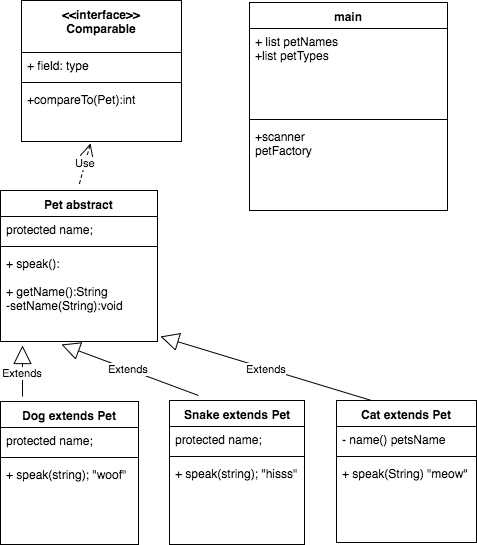
The draw.io diagram PolymorphismLab.png in ZipCodeCore/TalkingPets, before a commit. Source tidied: cells renumbered, new cells last; positions are measured from the earlier drawing's top-left corner, leaving out a move shared by most shapes.
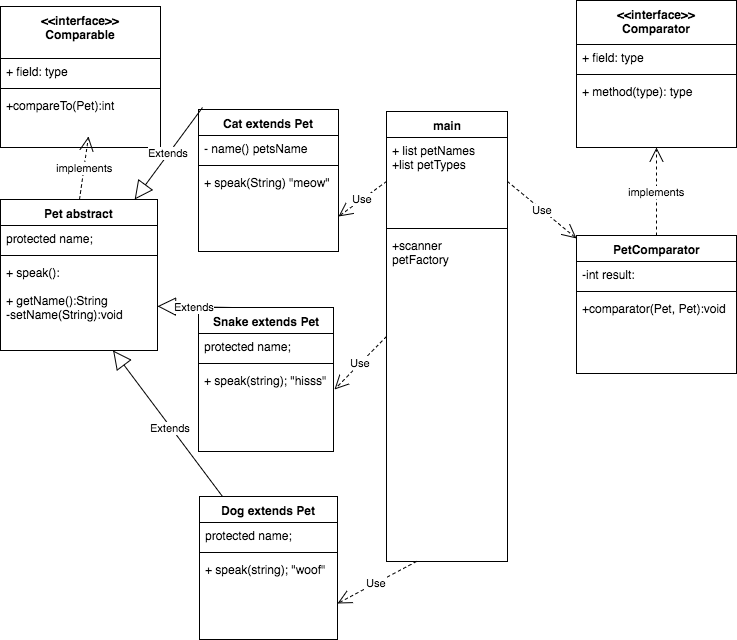
After the commit.

Commit message:
updated UML forComparator

The edit, as a diff of the source:
```diff
@@ -3,7 +3,7 @@
     <mxCell id="0" />
     <mxCell id="1" parent="0" />
     <mxCell id="2" value="Pet abstract" style="swimlane;html=1;fontStyle=1;align=center;verticalAlign=top;horizontal=1;startSize=26;swimlaneFillColor=#ffffff;" parent="1" vertex="1">
-      <mxGeometry y="190" width="157" height="151" as="geometry" />
+      <mxGeometry x="-11" y="52" width="157" height="151" as="geometry" />
     </mxCell>
     <mxCell id="3" value="protected name;" style="text;html=1;strokeColor=none;fillColor=none;align=left;verticalAlign=top;spacingLeft=4;spacingRight=4;whiteSpace=wrap;overflow=hidden;" parent="2" vertex="1">
       <mxGeometry y="26" width="157" height="26" as="geometry" />
@@ -15,7 +15,7 @@
       <mxGeometry y="60" width="157" height="91" as="geometry" />
     </mxCell>
     <mxCell id="6" value="Cat extends Pet" style="swimlane;html=1;fontStyle=1;align=center;verticalAlign=top;horizontal=1;startSize=26;swimlaneFillColor=#ffffff;" parent="1" vertex="1">
-      <mxGeometry x="336" y="400" width="140" height="142" as="geometry" />
+      <mxGeometry x="187" y="-38" width="140" height="142" as="geometry" />
     </mxCell>
     <mxCell id="7" value="- name() petsName" style="text;html=1;strokeColor=none;fillColor=none;align=left;verticalAlign=top;spacingLeft=4;spacingRight=4;whiteSpace=wrap;overflow=hidden;" parent="6" vertex="1">
       <mxGeometry y="26" width="140" height="26" as="geometry" />
@@ -27,7 +27,7 @@
       <mxGeometry y="60" width="140" height="26" as="geometry" />
     </mxCell>
     <mxCell id="10" value="Dog extends Pet" style="swimlane;html=1;fontStyle=1;align=center;verticalAlign=top;horizontal=1;startSize=26;swimlaneFillColor=#ffffff;" parent="1" vertex="1">
-      <mxGeometry y="401" width="138" height="143" as="geometry" />
+      <mxGeometry x="188" y="349" width="138" height="143" as="geometry" />
     </mxCell>
     <mxCell id="11" value="protected name;" style="text;html=1;strokeColor=none;fillColor=none;align=left;verticalAlign=top;spacingLeft=4;spacingRight=4;whiteSpace=wrap;overflow=hidden;" parent="10" vertex="1">
       <mxGeometry y="26" width="138" height="26" as="geometry" />
@@ -39,7 +39,7 @@
       <mxGeometry y="60" width="138" height="26" as="geometry" />
     </mxCell>
     <mxCell id="14" value="Snake extends Pet" style="swimlane;html=1;fontStyle=1;align=center;verticalAlign=top;horizontal=1;startSize=26;swimlaneFillColor=#ffffff;" parent="1" vertex="1">
-      <mxGeometry x="169" y="400" width="135" height="144" as="geometry" />
+      <mxGeometry x="187" y="160" width="135" height="144" as="geometry" />
     </mxCell>
     <mxCell id="15" value="protected name;" style="text;html=1;strokeColor=none;fillColor=none;align=left;verticalAlign=top;spacingLeft=4;spacingRight=4;whiteSpace=wrap;overflow=hidden;" parent="14" vertex="1">
       <mxGeometry y="26" width="135" height="26" as="geometry" />
@@ -50,25 +50,20 @@
     <mxCell id="17" value="+ speak(string); &quot;hisss&quot;" style="text;html=1;strokeColor=none;fillColor=none;align=left;verticalAlign=top;spacingLeft=4;spacingRight=4;whiteSpace=wrap;overflow=hidden;points=[[0,0.5],[1,0.5]];portConstraint=eastwest;" parent="14" vertex="1">
       <mxGeometry y="60" width="135" height="26" as="geometry" />
     </mxCell>
-    <mxCell id="18" value="Extends" style="endArrow=block;endSize=16;endFill=0;html=1;entryX=0.389;entryY=1.033;entryPerimeter=0;" parent="14" edge="1" target="5">
-      <mxGeometry x="0.02" relative="1" as="geometry">
-        <mxPoint x="29" y="-5" as="sourcePoint" />
-      </mxGeometry>
-    </mxCell>
     <mxCell id="19" value="main" style="swimlane;html=1;fontStyle=1;align=center;verticalAlign=top;horizontal=1;startSize=26;swimlaneFillColor=#ffffff;" parent="1" vertex="1">
-      <mxGeometry x="249" y="2" width="198" height="208" as="geometry" />
+      <mxGeometry x="375" y="-36" width="121" height="450" as="geometry" />
     </mxCell>
     <mxCell id="20" value="+ list petNames&lt;div&gt;&lt;span&gt;+list petTypes&lt;/span&gt;&lt;br&gt;&lt;/div&gt;" style="text;html=1;strokeColor=none;fillColor=none;align=left;verticalAlign=top;spacingLeft=4;spacingRight=4;whiteSpace=wrap;overflow=hidden;points=[[0,0.5],[1,0.5]];portConstraint=eastwest;" parent="19" vertex="1">
-      <mxGeometry y="26" width="198" height="87" as="geometry" />
+      <mxGeometry y="26" width="121" height="87" as="geometry" />
     </mxCell>
     <mxCell id="21" style="line;html=1;strokeWidth=1;fillColor=none;align=left;verticalAlign=middle;spacingTop=-1;spacingLeft=3;spacingRight=3;labelPosition=right;" parent="19" vertex="1">
-      <mxGeometry y="113" width="198" height="8" as="geometry" />
+      <mxGeometry y="113" width="121" height="8" as="geometry" />
     </mxCell>
     <mxCell id="22" value="+scanner&lt;div&gt;petFactory&lt;/div&gt;&lt;div&gt;&lt;div&gt;&lt;br&gt;&lt;/div&gt;&lt;/div&gt;" style="text;html=1;strokeColor=none;fillColor=none;align=left;verticalAlign=top;spacingLeft=4;spacingRight=4;whiteSpace=wrap;overflow=hidden;" parent="19" vertex="1">
-      <mxGeometry y="121" width="198" height="80" as="geometry" />
+      <mxGeometry y="121" width="121" height="80" as="geometry" />
     </mxCell>
     <mxCell id="23" value="&lt;div&gt;&amp;lt;&amp;lt;interface&amp;gt;&amp;gt;&lt;/div&gt;Comparable" style="swimlane;html=1;fontStyle=1;align=center;verticalAlign=top;horizontal=1;startSize=52;swimlaneFillColor=#ffffff;" parent="1" vertex="1">
-      <mxGeometry x="21" width="160" height="141" as="geometry" />
+      <mxGeometry x="-11" y="-141" width="160" height="141" as="geometry" />
     </mxCell>
     <mxCell id="24" value="+ field: type" style="text;html=1;strokeColor=none;fillColor=none;align=left;verticalAlign=top;spacingLeft=4;spacingRight=4;whiteSpace=wrap;overflow=hidden;" parent="23" vertex="1">
       <mxGeometry y="52" width="160" height="26" as="geometry" />
@@ -79,19 +74,58 @@
     <mxCell id="26" value="+compareTo(Pet):int" style="text;html=1;strokeColor=none;fillColor=none;align=left;verticalAlign=top;spacingLeft=4;spacingRight=4;whiteSpace=wrap;overflow=hidden;" parent="23" vertex="1">
       <mxGeometry y="86" width="160" height="26" as="geometry" />
     </mxCell>
-    <mxCell id="27" value="Use" style="endArrow=open;endSize=12;dashed=1;html=1;" parent="1" edge="1">
+    <mxCell id="27" value="implements" style="endArrow=open;endSize=12;dashed=1;html=1;exitX=0.5;exitY=0;" parent="1" edge="1" source="2">
       <mxGeometry relative="1" as="geometry">
-        <mxPoint x="79" y="183" as="sourcePoint" />
-        <mxPoint x="90" y="143" as="targetPoint" />
+        <mxPoint x="77" y="-11" as="targetPoint" />
       </mxGeometry>
     </mxCell>
-    <mxCell id="28" value="Extends" style="endArrow=block;endSize=16;endFill=0;html=1;entryX=1.019;entryY=0.945;entryPerimeter=0;exitX=0.25;exitY=0;" parent="1" edge="1" source="6" target="5">
+    <mxCell id="28" value="Extends" style="endArrow=block;endSize=16;endFill=0;html=1;exitX=0.029;exitY=-0.014;exitPerimeter=0;" parent="1" edge="1" source="6" target="2">
       <mxGeometry relative="1" as="geometry" />
     </mxCell>
-    <mxCell id="29" value="Extends" style="endArrow=block;endSize=16;endFill=0;html=1;entryX=0.14;entryY=1.044;entryPerimeter=0;" parent="1" edge="1" target="5">
-      <mxGeometry x="-0.06" relative="1" as="geometry">
-        <mxPoint x="22" y="396" as="sourcePoint" />
-      </mxGeometry>
+    <mxCell id="29" value="Extends" style="endArrow=block;endSize=16;endFill=0;html=1;exitX=0.167;exitY=0;exitPerimeter=0;" parent="1" edge="1" source="10" target="5">
+      <mxGeometry x="-0.06" relative="1" as="geometry" />
     </mxCell>
+    <mxCell id="30" value="&amp;lt;&amp;lt;interface&amp;gt;&amp;gt;&lt;div&gt;Comparator&lt;/div&gt;" style="swimlane;html=1;fontStyle=1;align=center;verticalAlign=top;horizontal=1;startSize=44;swimlaneFillColor=#ffffff;" parent="1" vertex="1">
+      <mxGeometry x="565" y="-147" width="160" height="147" as="geometry" />
+    </mxCell>
+    <mxCell id="31" value="+ field: type" style="text;html=1;strokeColor=none;fillColor=none;align=left;verticalAlign=top;spacingLeft=4;spacingRight=4;whiteSpace=wrap;overflow=hidden;" parent="30" vertex="1">
+      <mxGeometry y="44" width="160" height="26" as="geometry" />
+    </mxCell>
+    <mxCell id="32" style="line;html=1;strokeWidth=1;fillColor=none;align=left;verticalAlign=middle;spacingTop=-1;spacingLeft=3;spacingRight=3;labelPosition=right;" parent="30" vertex="1">
+      <mxGeometry y="70" width="160" height="8" as="geometry" />
+    </mxCell>
+    <mxCell id="33" value="+ method(type): type" style="text;html=1;strokeColor=none;fillColor=none;align=left;verticalAlign=top;spacingLeft=4;spacingRight=4;whiteSpace=wrap;overflow=hidden;" parent="30" vertex="1">
+      <mxGeometry y="78" width="160" height="58" as="geometry" />
+    </mxCell>
+    <mxCell id="34" value="PetComparator" style="swimlane;html=1;fontStyle=1;align=center;verticalAlign=top;horizontal=1;startSize=26;swimlaneFillColor=#ffffff;" parent="1" vertex="1">
+      <mxGeometry x="565" y="88" width="160" height="138" as="geometry" />
+    </mxCell>
+    <mxCell id="35" value="-int result:" style="text;html=1;strokeColor=none;fillColor=none;align=left;verticalAlign=top;spacingLeft=4;spacingRight=4;whiteSpace=wrap;overflow=hidden;" parent="34" vertex="1">
+      <mxGeometry y="26" width="160" height="26" as="geometry" />
+    </mxCell>
+    <mxCell id="36" style="line;html=1;strokeWidth=1;fillColor=none;align=left;verticalAlign=middle;spacingTop=-1;spacingLeft=3;spacingRight=3;labelPosition=right;" parent="34" vertex="1">
+      <mxGeometry y="52" width="160" height="8" as="geometry" />
+    </mxCell>
+    <mxCell id="37" value="+comparator(Pet, Pet):void" style="text;html=1;strokeColor=none;fillColor=none;align=left;verticalAlign=top;spacingLeft=4;spacingRight=4;whiteSpace=wrap;overflow=hidden;" parent="34" vertex="1">
+      <mxGeometry y="60" width="160" height="26" as="geometry" />
+    </mxCell>
+    <mxCell id="38" value="implements" style="endArrow=open;endSize=12;dashed=1;html=1;entryX=0.5;entryY=1;exitX=0.5;exitY=0;" parent="1" edge="1" source="34" target="30">
+      <mxGeometry relative="1" as="geometry" />
+    </mxCell>
+    <mxCell id="18" value="Extends" style="endArrow=block;endSize=16;endFill=0;html=1;exitX=0.25;exitY=0;" parent="1" edge="1" source="14" target="5">
+      <mxGeometry x="0.02" relative="1" as="geometry" />
+    </mxCell>
+    <mxCell id="39" value="Use" style="endArrow=open;endSize=12;dashed=1;html=1;exitX=1;exitY=0.5;" parent="1" edge="1" source="20" target="34">
+      <mxGeometry relative="1" as="geometry" />
+    </mxCell>
+    <mxCell id="40" value="Use" style="endArrow=open;endSize=12;dashed=1;html=1;entryX=1;entryY=0.75;exitX=0;exitY=0.5;" parent="1" edge="1" source="20" target="6">
+      <mxGeometry relative="1" as="geometry" />
+    </mxCell>
+    <mxCell id="41" value="Use" style="endArrow=open;endSize=12;dashed=1;html=1;entryX=1.007;entryY=0.846;entryPerimeter=0;exitX=0;exitY=0.5;" parent="1" edge="1" source="19" target="17">
+      <mxGeometry relative="1" as="geometry" />
+    </mxCell>
+    <mxCell id="42" value="Use" style="endArrow=open;endSize=12;dashed=1;html=1;entryX=1;entryY=0.75;exitX=0.25;exitY=1;" parent="1" edge="1" source="19" target="10">
+      <mxGeometry relative="1" as="geometry" />
+    </mxCell>
   </root>
 </mxGraphModel>
```
